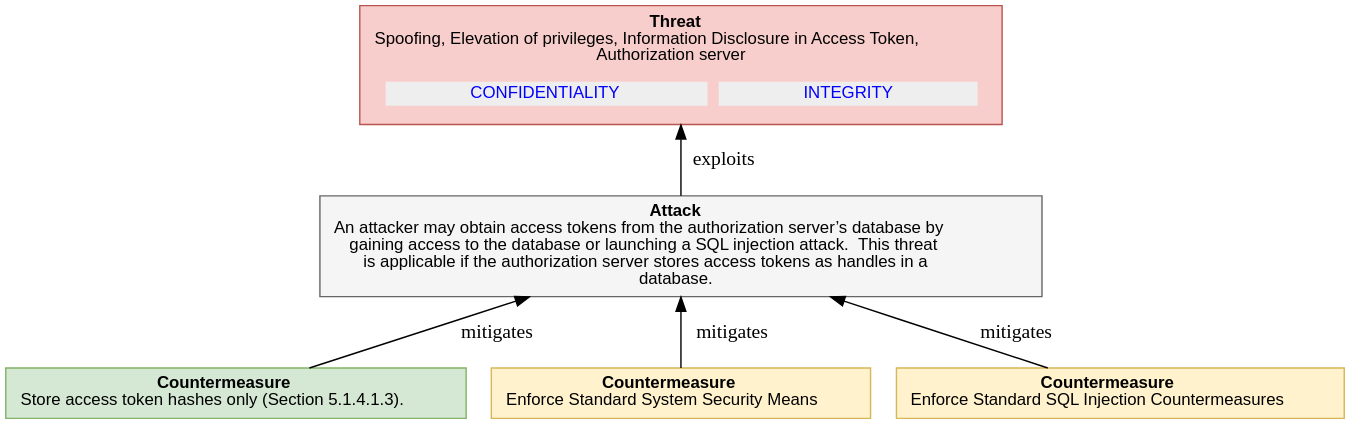
Earlier version of the PlantUML export report-examples/OAuth2/img/threatTree/4_3_2_AS_DB_TOKEN_DISCLOSURE.svg (DavidCervigni/threat-models). Its source is kept beside it as report-examples/OAuth2/img/threatTree/4_3_2_AS_DB_TOKEN_DISCLOSURE.puml. Source of this version:
```plantuml
@startuml
digraph G {
rankdir="BT";
  node [shape=plaintext, fontname="Arial" fontsize="12"];
    "4_3_2_AS_DB_TOKEN_DISCLOSURE" [ fillcolor="#F8CECC", style=filled, shape=polygon, color="#B85450"
    label=
    <<table border="0" cellborder="0" cellspacing="0">
     <tr><td align="center"><b>Threat</b><br/>

Spoofing, Elevation of privileges, Information Disclosure in Access Token,<br/>Authorization server
</td></tr>
     <tr><td><table border="0" cellborder="0" cellspacing="8"><tr>
                ret += secObj.linkedImpactMDText()
     <td align="center" href="#OAuth2.CONFIDENTIALITY" bgcolor="#EEEEEE"><font color="blue">CONFIDENTIALITY</font></td>
                ret += secObj.linkedImpactMDText()
     <td align="center" href="#OAuth2.INTEGRITY" bgcolor="#EEEEEE"><font color="blue">INTEGRITY</font></td>
     </tr></table></td></tr>
   </table>>
   ];

"4_3_2_AS_DB_TOKEN_DISCLOSURE_attack" [ fillcolor="#f5f5f5", style=filled, shape=polygon, color="#666666", label =
    <<table border="0" cellborder="0" cellspacing="0">
     <tr><td align="center"><b>Attack</b><br/>

An attacker may obtain access tokens from the authorization server’s database by<br/>gaining access to the database or launching a SQL injection attack.  This threat<br/>is applicable if the authorization server stores access tokens as handles in a<br/>database.
</td></tr>
   </table>>
    ]

"4_3_2_AS_DB_TOKEN_DISCLOSURE_attack" -> "4_3_2_AS_DB_TOKEN_DISCLOSURE"  [label = " exploits"]

    "4_3_2_AS_DB_TOKEN_DISCLOSURE_countermeasure0" [
       fillcolor="#D5E8D4", style=filled, shape=polygon, color="#82B366", label =
    <<table border="0" cellborder="0" cellspacing="0">
     <tr><td align="left"><b>Countermeasure</b><br/>

Store access token hashes only (Section 5.1.4.1.3).
</td></tr>
   </table>>
   ]

     "4_3_2_AS_DB_TOKEN_DISCLOSURE_countermeasure0" -> "4_3_2_AS_DB_TOKEN_DISCLOSURE_attack" [label = " mitigates"]

    "4_3_2_AS_DB_TOKEN_DISCLOSURE_countermeasure1" [
       fillcolor="#FFF2CC", style=filled, shape=polygon, color="#D6B656", label =
    <<table border="0" cellborder="0" cellspacing="0">
     <tr><td align="left"><b>Countermeasure</b><br/>

Enforce Standard System Security Means
</td></tr>
   </table>>
   ]

     "4_3_2_AS_DB_TOKEN_DISCLOSURE_countermeasure1" -> "4_3_2_AS_DB_TOKEN_DISCLOSURE_attack" [label = " mitigates"]

    "4_3_2_AS_DB_TOKEN_DISCLOSURE_countermeasure2" [
       fillcolor="#FFF2CC", style=filled, shape=polygon, color="#D6B656", label =
    <<table border="0" cellborder="0" cellspacing="0">
     <tr><td align="left"><b>Countermeasure</b><br/>

Enforce Standard SQL Injection Countermeasures
</td></tr>
   </table>>
   ]

     "4_3_2_AS_DB_TOKEN_DISCLOSURE_countermeasure2" -> "4_3_2_AS_DB_TOKEN_DISCLOSURE_attack" [label = " mitigates"]

}
@enduml
```
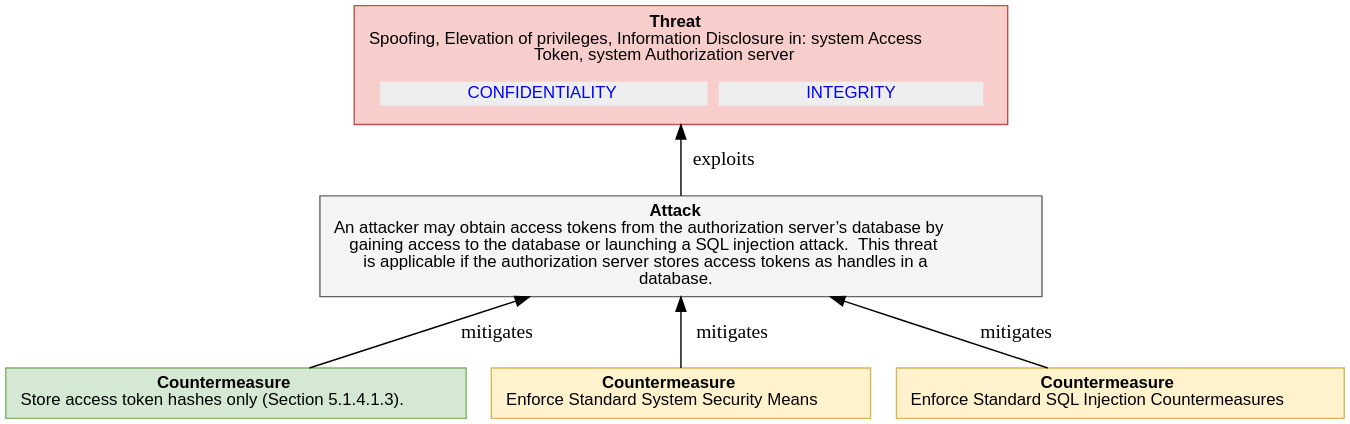
After the commit.

Change to the diagram source:
```diff
@@ -7,7 +7,7 @@
     <<table border="0" cellborder="0" cellspacing="0">
      <tr><td align="center"><b>Threat</b><br/>
 
-Spoofing, Elevation of privileges, Information Disclosure in Access Token,<br/>Authorization server
+Spoofing, Elevation of privileges, Information Disclosure in: system Access<br/>Token, system Authorization server
 </td></tr>
      <tr><td><table border="0" cellborder="0" cellspacing="8"><tr>
                 ret += secObj.linkedImpactMDText()
```
